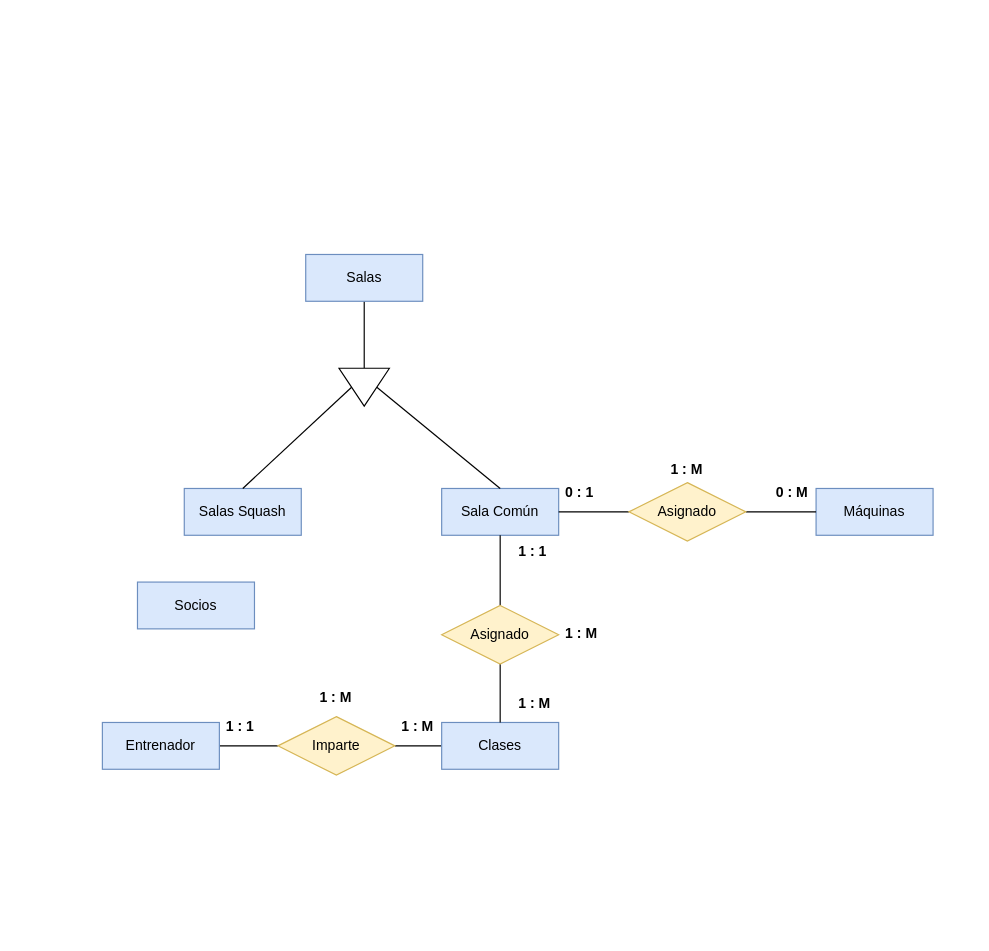
The draw.io diagram Progreso_1/Diagrama_1_TrabajoClase.drawio in AngelDavidStudios/Diagramas_BdD_1, before the edit. Source tidied: cells renumbered, new cells numbered last; positions are measured from the earlier drawing's top-left corner, leaving out a move shared by most shapes. Both pictures are drawn from the tidied source at 117%, with x=0, y=0 at pixel (102, 254).
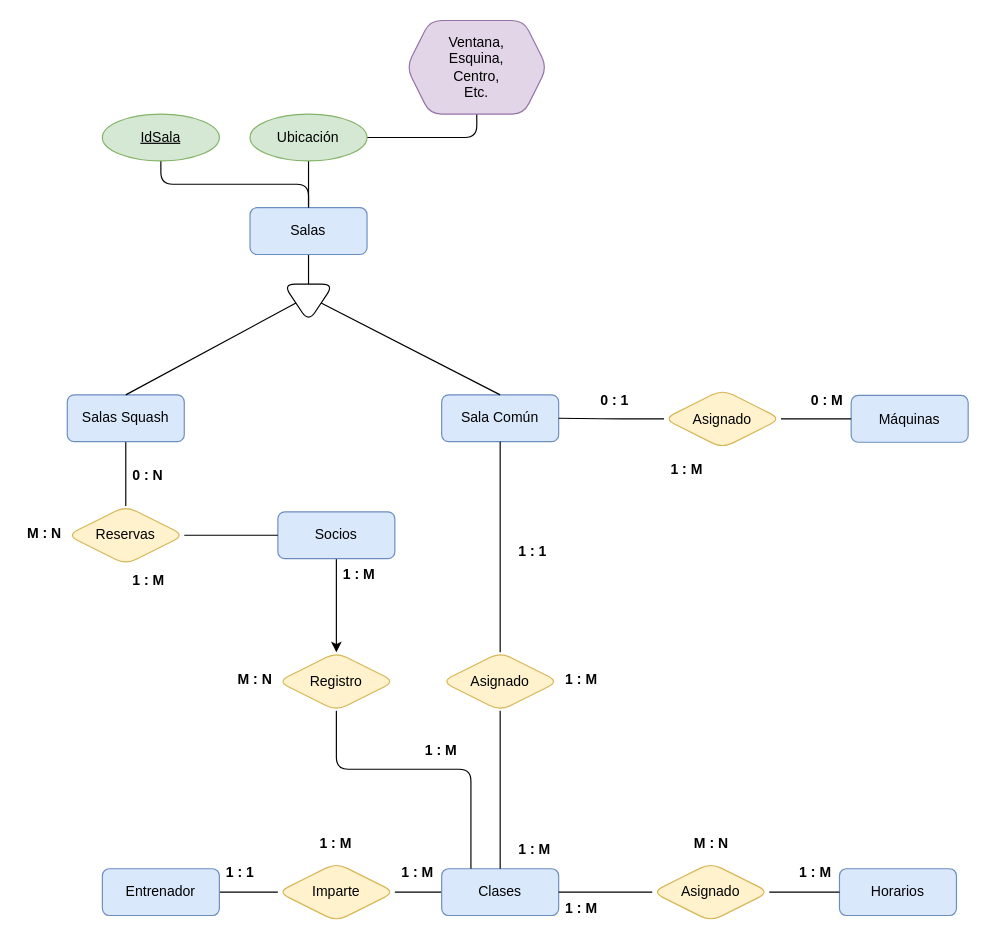
Above is the later version.

What changed in the source:
```diff
@@
-    <mxCell id="2" value="Sala Común" style="whiteSpace=wrap;html=1;align=center;fillColor=#dae8fc;strokeColor=#6c8ebf;fontSize=12;" parent="1" vertex="1">
-      <mxGeometry x="290" y="200" width="100" height="40" as="geometry" />
+    <mxCell id="2" value="Sala Común" style="whiteSpace=wrap;html=1;align=center;fillColor=#dae8fc;strokeColor=#6c8ebf;fontSize=12;rounded=1;" parent="1" vertex="1">
+      <mxGeometry x="290" y="120" width="100" height="40" as="geometry" />
     </mxCell>
+    <mxCell id="31" style="edgeStyle=orthogonalEdgeStyle;rounded=1;jettySize=auto;html=1;" parent="1" edge="1" source="3" target="45">
+      <mxGeometry relative="1" as="geometry" />
+    </mxCell>
-    <mxCell id="3" value="Socios" style="whiteSpace=wrap;html=1;align=center;fillColor=#dae8fc;strokeColor=#6c8ebf;" parent="1" vertex="1">
-      <mxGeometry x="30" y="280" width="100" height="40" as="geometry" />
+    <mxCell id="3" value="Socios" style="whiteSpace=wrap;html=1;align=center;fillColor=#dae8fc;strokeColor=#6c8ebf;rounded=1;" parent="1" vertex="1">
+      <mxGeometry x="150" y="220" width="100" height="40" as="geometry" />
     </mxCell>
-    <mxCell id="4" style="edgeStyle=orthogonalEdgeStyle;rounded=0;jettySize=auto;html=1;endArrow=none;endFill=0;" parent="1" edge="1" source="5" target="22">
+    <mxCell id="4" style="edgeStyle=orthogonalEdgeStyle;rounded=1;jettySize=auto;html=1;endArrow=none;endFill=0;" parent="1" edge="1" source="5" target="22">
       <mxGeometry relative="1" as="geometry" />
     </mxCell>
-    <mxCell id="5" value="Entrenador" style="whiteSpace=wrap;html=1;align=center;fillColor=#dae8fc;strokeColor=#6c8ebf;" parent="1" vertex="1">
-      <mxGeometry y="400" width="100" height="40" as="geometry" />
+    <mxCell id="5" value="Entrenador" style="whiteSpace=wrap;html=1;align=center;fillColor=#dae8fc;strokeColor=#6c8ebf;rounded=1;" parent="1" vertex="1">
+      <mxGeometry y="525" width="100" height="40" as="geometry" />
     </mxCell>
-    <mxCell id="6" value="Máquinas" style="whiteSpace=wrap;html=1;align=center;fillColor=#dae8fc;strokeColor=#6c8ebf;" parent="1" vertex="1">
-      <mxGeometry x="610" y="200" width="100" height="40" as="geometry" />
+    <mxCell id="6" value="Máquinas" style="whiteSpace=wrap;html=1;align=center;fillColor=#dae8fc;strokeColor=#6c8ebf;rounded=1;" parent="1" vertex="1">
+      <mxGeometry x="640" y="120.5" width="100" height="40" as="geometry" />
     </mxCell>
+    <mxCell id="32" style="edgeStyle=orthogonalEdgeStyle;rounded=1;jettySize=auto;html=1;entryX=0.5;entryY=0;entryDx=0;entryDy=0;endArrow=none;endFill=0;" parent="1" edge="1" source="7" target="35">
+      <mxGeometry relative="1" as="geometry" />
+    </mxCell>
-    <mxCell id="7" value="Salas Squash" style="whiteSpace=wrap;html=1;align=center;fillColor=#dae8fc;strokeColor=#6c8ebf;" parent="1" vertex="1">
-      <mxGeometry x="70" y="200" width="100" height="40" as="geometry" />
+    <mxCell id="7" value="Salas Squash" style="whiteSpace=wrap;html=1;align=center;fillColor=#dae8fc;strokeColor=#6c8ebf;rounded=1;" parent="1" vertex="1">
+      <mxGeometry x="-30" y="120" width="100" height="40" as="geometry" />
     </mxCell>
-    <mxCell id="8" style="edgeStyle=orthogonalEdgeStyle;rounded=0;jettySize=auto;html=1;endArrow=none;endFill=0;" parent="1" edge="1" source="10" target="6">
+    <mxCell id="8" style="edgeStyle=orthogonalEdgeStyle;rounded=1;jettySize=auto;html=1;endArrow=none;endFill=0;" parent="1" edge="1" source="10" target="6">
       <mxGeometry relative="1" as="geometry" />
     </mxCell>
-    <mxCell id="9" style="edgeStyle=orthogonalEdgeStyle;rounded=0;jettySize=auto;html=1;endArrow=none;endFill=0;" parent="1" edge="1" source="10" target="2">
+    <mxCell id="9" style="edgeStyle=orthogonalEdgeStyle;rounded=1;jettySize=auto;html=1;endArrow=none;endFill=0;" parent="1" edge="1" source="10" target="2">
       <mxGeometry relative="1" as="geometry" />
     </mxCell>
-    <mxCell id="10" value="Asignado" style="shape=rhombus;perimeter=rhombusPerimeter;whiteSpace=wrap;html=1;align=center;fillColor=#fff2cc;strokeColor=#d6b656;" parent="1" vertex="1">
-      <mxGeometry x="450" y="195" width="100" height="50" as="geometry" />
+    <mxCell id="10" value="Asignado" style="shape=rhombus;perimeter=rhombusPerimeter;whiteSpace=wrap;html=1;align=center;fillColor=#fff2cc;strokeColor=#d6b656;rounded=1;" parent="1" vertex="1">
+      <mxGeometry x="480" y="115.5" width="100" height="50" as="geometry" />
     </mxCell>
-    <mxCell id="11" value="1 : M" style="text;strokeColor=none;fillColor=none;spacingLeft=4;spacingRight=4;overflow=hidden;fontSize=12;whiteSpace=wrap;html=1;fontStyle=1;" parent="1" vertex="1">
+    <mxCell id="11" value="1 : M" style="text;strokeColor=none;fillColor=none;spacingLeft=4;spacingRight=4;overflow=hidden;fontSize=12;whiteSpace=wrap;html=1;fontStyle=1;rounded=1;" parent="1" vertex="1">
       <mxGeometry x="480" y="170" width="40" height="30" as="geometry" />
     </mxCell>
-    <mxCell id="12" style="edgeStyle=orthogonalEdgeStyle;rounded=0;jettySize=auto;html=1;endArrow=none;endFill=0;" parent="1" edge="1" source="13" target="22">
+    <mxCell id="12" style="edgeStyle=orthogonalEdgeStyle;rounded=1;jettySize=auto;html=1;endArrow=none;endFill=0;" parent="1" edge="1" source="13" target="22">
       <mxGeometry relative="1" as="geometry" />
     </mxCell>
-    <mxCell id="13" value="Clases" style="whiteSpace=wrap;html=1;align=center;fillColor=#dae8fc;strokeColor=#6c8ebf;" parent="1" vertex="1">
-      <mxGeometry x="290" y="400" width="100" height="40" as="geometry" />
+    <mxCell id="13" value="Clases" style="whiteSpace=wrap;html=1;align=center;fillColor=#dae8fc;strokeColor=#6c8ebf;rounded=1;" parent="1" vertex="1">
+      <mxGeometry x="290" y="525" width="100" height="40" as="geometry" />
     </mxCell>
-    <mxCell id="14" value="0 : M" style="text;strokeColor=none;fillColor=none;spacingLeft=4;spacingRight=4;overflow=hidden;fontSize=12;whiteSpace=wrap;html=1;fontStyle=1;" parent="1" vertex="1">
-      <mxGeometry x="570" y="190" width="40" height="30" as="geometry" />
+    <mxCell id="14" value="0 : M" style="text;strokeColor=none;fillColor=none;spacingLeft=4;spacingRight=4;overflow=hidden;fontSize=12;whiteSpace=wrap;html=1;fontStyle=1;rounded=1;" parent="1" vertex="1">
+      <mxGeometry x="600" y="110.5" width="40" height="30" as="geometry" />
     </mxCell>
-    <mxCell id="15" value="0 : 1" style="text;strokeColor=none;fillColor=none;spacingLeft=4;spacingRight=4;overflow=hidden;fontSize=12;whiteSpace=wrap;html=1;fontStyle=1;" parent="1" vertex="1">
-      <mxGeometry x="390" y="190" width="40" height="30" as="geometry" />
+    <mxCell id="15" value="0 : 1" style="text;strokeColor=none;fillColor=none;spacingLeft=4;spacingRight=4;overflow=hidden;fontSize=12;whiteSpace=wrap;html=1;fontStyle=1;rounded=1;" parent="1" vertex="1">
+      <mxGeometry x="420" y="110.5" width="40" height="30" as="geometry" />
     </mxCell>
-    <mxCell id="16" style="edgeStyle=orthogonalEdgeStyle;rounded=0;jettySize=auto;html=1;endArrow=none;endFill=0;" parent="1" edge="1" source="18" target="2">
+    <mxCell id="16" style="edgeStyle=orthogonalEdgeStyle;rounded=1;jettySize=auto;html=1;endArrow=none;endFill=0;" parent="1" edge="1" source="18" target="2">
       <mxGeometry relative="1" as="geometry" />
     </mxCell>
-    <mxCell id="17" style="edgeStyle=orthogonalEdgeStyle;rounded=0;jettySize=auto;html=1;endArrow=none;endFill=0;" parent="1" edge="1" source="18" target="13">
+    <mxCell id="17" style="edgeStyle=orthogonalEdgeStyle;rounded=1;jettySize=auto;html=1;endArrow=none;endFill=0;" parent="1" edge="1" source="18" target="13">
       <mxGeometry relative="1" as="geometry" />
     </mxCell>
-    <mxCell id="18" value="Asignado" style="shape=rhombus;perimeter=rhombusPerimeter;whiteSpace=wrap;html=1;align=center;fillColor=#fff2cc;strokeColor=#d6b656;" parent="1" vertex="1">
-      <mxGeometry x="290" y="300" width="100" height="50" as="geometry" />
+    <mxCell id="18" value="Asignado" style="shape=rhombus;perimeter=rhombusPerimeter;whiteSpace=wrap;html=1;align=center;fillColor=#fff2cc;strokeColor=#d6b656;rounded=1;" parent="1" vertex="1">
+      <mxGeometry x="290" y="340" width="100" height="50" as="geometry" />
     </mxCell>
-    <mxCell id="19" value="1 : M" style="text;strokeColor=none;fillColor=none;spacingLeft=4;spacingRight=4;overflow=hidden;fontSize=12;whiteSpace=wrap;html=1;fontStyle=1;" parent="1" vertex="1">
-      <mxGeometry x="390" y="310" width="40" height="30" as="geometry" />
+    <mxCell id="19" value="1 : M" style="text;strokeColor=none;fillColor=none;spacingLeft=4;spacingRight=4;overflow=hidden;fontSize=12;whiteSpace=wrap;html=1;fontStyle=1;rounded=1;" parent="1" vertex="1">
+      <mxGeometry x="390" y="350" width="40" height="30" as="geometry" />
     </mxCell>
-    <mxCell id="20" value="1 : M" style="text;strokeColor=none;fillColor=none;spacingLeft=4;spacingRight=4;overflow=hidden;fontSize=12;whiteSpace=wrap;html=1;fontStyle=1;" parent="1" vertex="1">
-      <mxGeometry x="350" y="370" width="40" height="30" as="geometry" />
+    <mxCell id="20" value="1 : M" style="text;strokeColor=none;fillColor=none;spacingLeft=4;spacingRight=4;overflow=hidden;fontSize=12;whiteSpace=wrap;html=1;fontStyle=1;rounded=1;" parent="1" vertex="1">
+      <mxGeometry x="350" y="495" width="40" height="30" as="geometry" />
     </mxCell>
-    <mxCell id="21" value="1 : 1" style="text;strokeColor=none;fillColor=none;spacingLeft=4;spacingRight=4;overflow=hidden;fontSize=12;whiteSpace=wrap;html=1;fontStyle=1;" parent="1" vertex="1">
+    <mxCell id="21" value="1 : 1" style="text;strokeColor=none;fillColor=none;spacingLeft=4;spacingRight=4;overflow=hidden;fontSize=12;whiteSpace=wrap;html=1;fontStyle=1;rounded=1;" parent="1" vertex="1">
       <mxGeometry x="350" y="240" width="40" height="30" as="geometry" />
     </mxCell>
-    <mxCell id="22" value="Imparte" style="shape=rhombus;perimeter=rhombusPerimeter;whiteSpace=wrap;html=1;align=center;fillColor=#fff2cc;strokeColor=#d6b656;" parent="1" vertex="1">
-      <mxGeometry x="150" y="395" width="100" height="50" as="geometry" />
+    <mxCell id="22" value="Imparte" style="shape=rhombus;perimeter=rhombusPerimeter;whiteSpace=wrap;html=1;align=center;fillColor=#fff2cc;strokeColor=#d6b656;rounded=1;" parent="1" vertex="1">
+      <mxGeometry x="150" y="520" width="100" height="50" as="geometry" />
     </mxCell>
-    <mxCell id="23" value="1 : M" style="text;strokeColor=none;fillColor=none;spacingLeft=4;spacingRight=4;overflow=hidden;fontSize=12;whiteSpace=wrap;html=1;fontStyle=1;" parent="1" vertex="1">
-      <mxGeometry x="180" y="365" width="40" height="30" as="geometry" />
+    <mxCell id="23" value="1 : M" style="text;strokeColor=none;fillColor=none;spacingLeft=4;spacingRight=4;overflow=hidden;fontSize=12;whiteSpace=wrap;html=1;fontStyle=1;rounded=1;" parent="1" vertex="1">
+      <mxGeometry x="180" y="490" width="40" height="30" as="geometry" />
     </mxCell>
-    <mxCell id="24" value="1 : M" style="text;strokeColor=none;fillColor=none;spacingLeft=4;spacingRight=4;overflow=hidden;fontSize=12;whiteSpace=wrap;html=1;fontStyle=1;" parent="1" vertex="1">
-      <mxGeometry x="250" y="390" width="40" height="30" as="geometry" />
+    <mxCell id="24" value="1 : M" style="text;strokeColor=none;fillColor=none;spacingLeft=4;spacingRight=4;overflow=hidden;fontSize=12;whiteSpace=wrap;html=1;fontStyle=1;rounded=1;" parent="1" vertex="1">
+      <mxGeometry x="250" y="515" width="40" height="30" as="geometry" />
     </mxCell>
-    <mxCell id="25" value="1 : 1" style="text;strokeColor=none;fillColor=none;spacingLeft=4;spacingRight=4;overflow=hidden;fontSize=12;whiteSpace=wrap;html=1;fontStyle=1;" parent="1" vertex="1">
-      <mxGeometry x="100" y="390" width="40" height="30" as="geometry" />
+    <mxCell id="25" value="1 : 1" style="text;strokeColor=none;fillColor=none;spacingLeft=4;spacingRight=4;overflow=hidden;fontSize=12;whiteSpace=wrap;html=1;fontStyle=1;rounded=1;" parent="1" vertex="1">
+      <mxGeometry x="100" y="515" width="40" height="30" as="geometry" />
     </mxCell>
-    <mxCell id="26" style="edgeStyle=orthogonalEdgeStyle;rounded=0;jettySize=auto;html=1;endArrow=none;endFill=0;" parent="1" edge="1" source="27" target="28">
+    <mxCell id="26" style="edgeStyle=orthogonalEdgeStyle;rounded=1;jettySize=auto;html=1;endArrow=none;endFill=0;" parent="1" edge="1" source="27" target="28">
       <mxGeometry relative="1" as="geometry" />
     </mxCell>
+    <mxCell id="33" style="edgeStyle=orthogonalEdgeStyle;rounded=1;jettySize=auto;html=1;entryX=0.5;entryY=1;entryDx=0;entryDy=0;exitX=0.5;exitY=0;exitDx=0;exitDy=0;endArrow=none;endFill=0;" parent="1" edge="1" source="27" target="55">
+      <mxGeometry relative="1" as="geometry" />
+    </mxCell>
-    <mxCell id="27" value="Salas" style="whiteSpace=wrap;html=1;align=center;fillColor=#dae8fc;strokeColor=#6c8ebf;" parent="1" vertex="1">
-      <mxGeometry x="173.8" width="100" height="40" as="geometry" />
+    <mxCell id="27" value="Salas" style="whiteSpace=wrap;html=1;align=center;fillColor=#dae8fc;strokeColor=#6c8ebf;rounded=1;" parent="1" vertex="1">
+      <mxGeometry x="126.2" y="-40" width="100" height="40" as="geometry" />
     </mxCell>
-    <mxCell id="28" style="triangle;whiteSpace=wrap;html=1;rotation=90;" parent="1" vertex="1">
-      <mxGeometry x="207.6" y="91.9" width="32.4" height="43.1" as="geometry" />
+    <mxCell id="28" style="triangle;whiteSpace=wrap;html=1;rotation=90;rounded=1;" parent="1" vertex="1">
+      <mxGeometry x="160" y="20" width="32.4" height="43.1" as="geometry" />
     </mxCell>
-    <mxCell id="29" style="endArrow=none;html=1;rounded=0;exitX=0.5;exitY=0;exitDx=0;exitDy=0;entryX=0.5;entryY=1;entryDx=0;entryDy=0;" parent="1" edge="1" source="7" target="28">
+    <mxCell id="29" style="endArrow=none;html=1;rounded=1;exitX=0.5;exitY=0;exitDx=0;exitDy=0;entryX=0.5;entryY=1;entryDx=0;entryDy=0;" parent="1" edge="1" source="7" target="28">
       <mxGeometry relative="1" as="geometry" />
     </mxCell>
-    <mxCell id="30" style="endArrow=none;html=1;rounded=0;exitX=0.5;exitY=0;exitDx=0;exitDy=0;entryX=0.5;entryY=0;entryDx=0;entryDy=0;" parent="1" edge="1" source="28" target="2">
+    <mxCell id="30" style="endArrow=none;html=1;rounded=1;exitX=0.5;exitY=0;exitDx=0;exitDy=0;entryX=0.5;entryY=0;entryDx=0;entryDy=0;" parent="1" edge="1" source="28" target="2">
       <mxGeometry relative="1" as="geometry" />
     </mxCell>
+    <mxCell id="34" style="edgeStyle=orthogonalEdgeStyle;rounded=1;jettySize=auto;html=1;endArrow=none;endFill=0;" parent="1" edge="1" source="35" target="3">
+      <mxGeometry relative="1" as="geometry" />
+    </mxCell>
+    <mxCell id="35" value="Reservas" style="shape=rhombus;perimeter=rhombusPerimeter;whiteSpace=wrap;html=1;align=center;fillColor=#fff2cc;strokeColor=#d6b656;rounded=1;" parent="1" vertex="1">
+      <mxGeometry x="-30" y="215" width="100" height="50" as="geometry" />
+    </mxCell>
+    <mxCell id="36" value="M : N" style="text;strokeColor=none;fillColor=none;spacingLeft=4;spacingRight=4;overflow=hidden;fontSize=12;whiteSpace=wrap;html=1;fontStyle=1;rounded=1;" parent="1" vertex="1">
+      <mxGeometry x="-70" y="225" width="40" height="30" as="geometry" />
+    </mxCell>
+    <mxCell id="37" value="0 : N" style="text;strokeColor=none;fillColor=none;spacingLeft=4;spacingRight=4;overflow=hidden;fontSize=12;whiteSpace=wrap;html=1;fontStyle=1;rounded=1;" parent="1" vertex="1">
+      <mxGeometry x="20" y="175" width="40" height="30" as="geometry" />
+    </mxCell>
+    <mxCell id="38" value="1 : M" style="text;strokeColor=none;fillColor=none;spacingLeft=4;spacingRight=4;overflow=hidden;fontSize=12;whiteSpace=wrap;html=1;fontStyle=1;rounded=1;" parent="1" vertex="1">
+      <mxGeometry x="20" y="265" width="40" height="30" as="geometry" />
+    </mxCell>
+    <mxCell id="39" value="Horarios" style="whiteSpace=wrap;html=1;align=center;fillColor=#dae8fc;strokeColor=#6c8ebf;rounded=1;" parent="1" vertex="1">
+      <mxGeometry x="630" y="525" width="100" height="40" as="geometry" />
+    </mxCell>
+    <mxCell id="40" style="edgeStyle=orthogonalEdgeStyle;rounded=1;jettySize=auto;html=1;entryX=0;entryY=0.5;entryDx=0;entryDy=0;endArrow=none;endFill=0;" parent="1" edge="1" source="42" target="39">
+      <mxGeometry relative="1" as="geometry" />
+    </mxCell>
+    <mxCell id="41" style="edgeStyle=orthogonalEdgeStyle;rounded=1;jettySize=auto;html=1;endArrow=none;endFill=0;" parent="1" edge="1" source="42" target="13">
+      <mxGeometry relative="1" as="geometry" />
+    </mxCell>
+    <mxCell id="42" value="Asignado" style="shape=rhombus;perimeter=rhombusPerimeter;whiteSpace=wrap;html=1;align=center;fillColor=#fff2cc;strokeColor=#d6b656;rounded=1;" parent="1" vertex="1">
+      <mxGeometry x="470" y="520" width="100" height="50" as="geometry" />
+    </mxCell>
+    <mxCell id="43" value="M : N" style="text;strokeColor=none;fillColor=none;spacingLeft=4;spacingRight=4;overflow=hidden;fontSize=12;whiteSpace=wrap;html=1;fontStyle=1;rounded=1;" parent="1" vertex="1">
+      <mxGeometry x="500" y="490" width="40" height="30" as="geometry" />
+    </mxCell>
+    <mxCell id="44" style="edgeStyle=orthogonalEdgeStyle;rounded=1;jettySize=auto;html=1;entryX=0.25;entryY=0;entryDx=0;entryDy=0;exitX=0.5;exitY=1;exitDx=0;exitDy=0;endArrow=none;endFill=0;" parent="1" edge="1" source="45" target="13">
+      <mxGeometry relative="1" as="geometry">
+        <Array as="points">
+          <mxPoint x="200" y="440" />
+          <mxPoint x="315" y="440" />
+        </Array>
+      </mxGeometry>
+    </mxCell>
+    <mxCell id="45" value="Registro" style="shape=rhombus;perimeter=rhombusPerimeter;whiteSpace=wrap;html=1;align=center;fillColor=#fff2cc;strokeColor=#d6b656;rounded=1;" parent="1" vertex="1">
+      <mxGeometry x="150" y="340" width="100" height="50" as="geometry" />
+    </mxCell>
+    <mxCell id="46" value="M : N" style="text;strokeColor=none;fillColor=none;spacingLeft=4;spacingRight=4;overflow=hidden;fontSize=12;whiteSpace=wrap;html=1;fontStyle=1;rounded=1;" parent="1" vertex="1">
+      <mxGeometry x="110" y="350" width="40" height="30" as="geometry" />
+    </mxCell>
+    <mxCell id="47" value="1 : M" style="text;strokeColor=none;fillColor=none;spacingLeft=4;spacingRight=4;overflow=hidden;fontSize=12;whiteSpace=wrap;html=1;fontStyle=1;rounded=1;" parent="1" vertex="1">
+      <mxGeometry x="390" y="545" width="40" height="30" as="geometry" />
+    </mxCell>
+    <mxCell id="48" value="1 : M" style="text;strokeColor=none;fillColor=none;spacingLeft=4;spacingRight=4;overflow=hidden;fontSize=12;whiteSpace=wrap;html=1;fontStyle=1;rounded=1;" parent="1" vertex="1">
+      <mxGeometry x="590" y="515" width="40" height="30" as="geometry" />
+    </mxCell>
+    <mxCell id="49" value="1 : M" style="text;strokeColor=none;fillColor=none;spacingLeft=4;spacingRight=4;overflow=hidden;fontSize=12;whiteSpace=wrap;html=1;fontStyle=1;rounded=1;" parent="1" vertex="1">
+      <mxGeometry x="270" y="410" width="40" height="30" as="geometry" />
+    </mxCell>
+    <mxCell id="50" value="1 : M" style="text;strokeColor=none;fillColor=none;spacingLeft=4;spacingRight=4;overflow=hidden;fontSize=12;whiteSpace=wrap;html=1;fontStyle=1;rounded=1;" parent="1" vertex="1">
+      <mxGeometry x="200" y="260" width="40" height="30" as="geometry" />
+    </mxCell>
+    <mxCell id="51" style="edgeStyle=orthogonalEdgeStyle;rounded=1;jettySize=auto;html=1;entryX=0.5;entryY=0;entryDx=0;entryDy=0;endArrow=none;endFill=0;" parent="1" edge="1" source="53" target="27">
+      <mxGeometry relative="1" as="geometry" />
+    </mxCell>
+    <mxCell id="52" style="edgeStyle=orthogonalEdgeStyle;rounded=1;jettySize=auto;html=1;entryX=0.5;entryY=1;entryDx=0;entryDy=0;endArrow=none;endFill=0;" parent="1" edge="1" source="53" target="54">
+      <mxGeometry relative="1" as="geometry" />
+    </mxCell>
+    <mxCell id="53" value="Ubicación" style="ellipse;whiteSpace=wrap;html=1;align=center;rounded=1;fillColor=#d5e8d4;strokeColor=#82b366;" parent="1" vertex="1">
+      <mxGeometry x="126.2" y="-120" width="100" height="40" as="geometry" />
+    </mxCell>
+    <mxCell id="54" value="Ventana,&lt;div&gt;Esquina,&lt;/div&gt;&lt;div&gt;Centro,&lt;/div&gt;&lt;div&gt;Etc.&lt;/div&gt;" style="shape=hexagon;perimeter=hexagonPerimeter2;whiteSpace=wrap;html=1;fixedSize=1;rounded=1;fillColor=#e1d5e7;strokeColor=#9673a6;" parent="1" vertex="1">
+      <mxGeometry x="260" y="-200" width="120" height="80" as="geometry" />
+    </mxCell>
+    <mxCell id="55" value="IdSala" style="ellipse;whiteSpace=wrap;html=1;align=center;fontStyle=4;rounded=1;fillColor=#d5e8d4;strokeColor=#82b366;" parent="1" vertex="1">
+      <mxGeometry y="-120" width="100" height="40" as="geometry" />
+    </mxCell>
```
